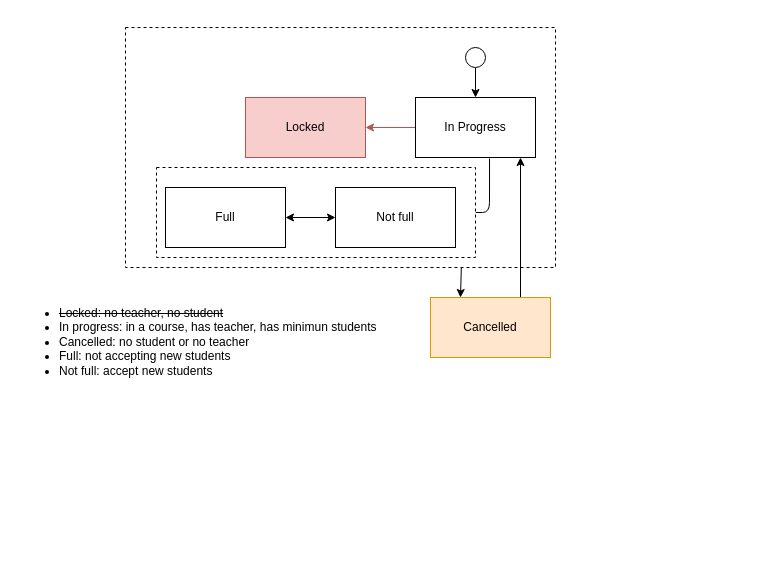
Before: page "SubjectState" (6 of 12) of architecture/code_analysis_v3/components-phase1.drawio in douglasdcm/tdd_detroid, a draw.io diagram. Source tidied: cells renumbered, new cells numbered last; positions are measured from the earlier drawing's top-left corner, leaving out a move shared by most shapes. Both pictures are drawn from the tidied source at 100%, with x=0, y=0 at pixel (17, 27).
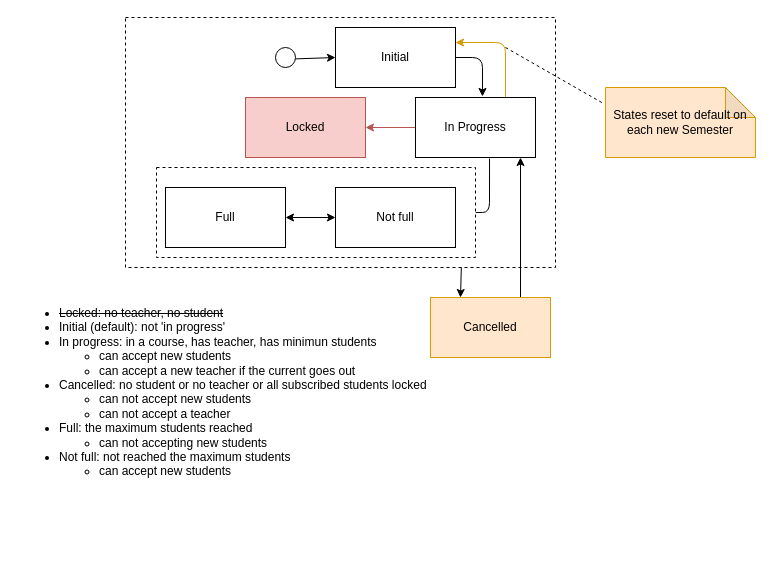
After the change.

Unchanged cells that the change refers to:
```xml
<mxCell id="10" value="In Progress" style="rounded=0;whiteSpace=wrap;html=1;" parent="1" vertex="1">
  <mxGeometry x="398" y="70" width="120" height="60" as="geometry" />
</mxCell>
```

Diff of the diagram source:
```diff
@@
+    <mxCell id="17" style="edgeStyle=orthogonalEdgeStyle;html=1;entryX=1;entryY=0.25;entryDx=0;entryDy=0;exitX=0.883;exitY=0.033;exitDx=0;exitDy=0;exitPerimeter=0;" parent="1" edge="1" source="10" target="21">
+      <mxGeometry relative="1" as="geometry" />
+    </mxCell>
+    <mxCell id="4" style="rounded=0;whiteSpace=wrap;html=1;dashed=1;" parent="1" vertex="1">
+      <mxGeometry x="108" y="-10" width="430" height="250" as="geometry" />
+    </mxCell>
-    <mxCell id="2" value="&lt;div&gt;&lt;ul&gt;&lt;li&gt;&lt;strike&gt;Locked: no teacher, no student&lt;/strike&gt;&lt;/li&gt;&lt;li&gt;In progress: in a course, has teacher, has minimun students&lt;/li&gt;&lt;li&gt;Cancelled: no student or no teacher&lt;/li&gt;&lt;li&gt;Full: not accepting new students&lt;/li&gt;&lt;li&gt;Not full: accept new students&lt;/li&gt;&lt;/ul&gt;&lt;/div&gt;" style="text;html=1;align=left;verticalAlign=top;whiteSpace=wrap;rounded=0;" parent="1" vertex="1">
+    <mxCell id="2" value="&lt;ul&gt;&lt;li&gt;&lt;strike&gt;Locked: no teacher, no student&lt;/strike&gt;&lt;/li&gt;&lt;li&gt;Initial (default): not 'in progress'&lt;/li&gt;&lt;li&gt;In progress: in a course, has teacher, has minimun students&lt;/li&gt;&lt;ul&gt;&lt;li&gt;can accept new students&lt;/li&gt;&lt;li&gt;can accept a new teacher if the current goes out&lt;/li&gt;&lt;/ul&gt;&lt;li&gt;Cancelled: no student or no teacher or all subscribed students locked&lt;/li&gt;&lt;ul&gt;&lt;li&gt;can not accept new students&lt;/li&gt;&lt;li&gt;can not accept a teacher&lt;/li&gt;&lt;/ul&gt;&lt;li&gt;Full: the maximum students reached&lt;/li&gt;&lt;ul&gt;&lt;li&gt;can not accepting new students&lt;/li&gt;&lt;/ul&gt;&lt;li&gt;Not full: not reached the maximum students&lt;/li&gt;&lt;ul&gt;&lt;li&gt;can accept new students&lt;/li&gt;&lt;/ul&gt;&lt;/ul&gt;" style="text;html=1;align=left;verticalAlign=top;whiteSpace=wrap;rounded=0;" parent="1" vertex="1">
       <mxGeometry y="260" width="700" height="260" as="geometry" />
     </mxCell>
@@
-    <mxCell id="4" style="rounded=0;whiteSpace=wrap;html=1;dashed=1;" parent="1" vertex="1">
-      <mxGeometry x="108" width="430" height="240" as="geometry" />
-    </mxCell>
@@
+    <mxCell id="18" style="edgeStyle=orthogonalEdgeStyle;html=1;entryX=1;entryY=0.25;entryDx=0;entryDy=0;exitX=0.75;exitY=0;exitDx=0;exitDy=0;fillColor=#ffe6cc;strokeColor=#d79b00;" parent="1" edge="1" source="10" target="21">
+      <mxGeometry relative="1" as="geometry" />
+    </mxCell>
@@
-    <mxCell id="11" style="edgeStyle=none;html=1;entryX=0.5;entryY=0;entryDx=0;entryDy=0;" parent="1" edge="1" source="12" target="10">
+    <mxCell id="11" style="edgeStyle=none;html=1;entryX=0;entryY=0.5;entryDx=0;entryDy=0;" parent="1" edge="1" source="12" target="21">
       <mxGeometry relative="1" as="geometry" />
     </mxCell>
     <mxCell id="12" style="ellipse;whiteSpace=wrap;html=1;" parent="1" vertex="1">
-      <mxGeometry x="448" y="20" width="20" height="20" as="geometry" />
+      <mxGeometry x="258" y="20" width="20" height="20" as="geometry" />
     </mxCell>
@@
+    <mxCell id="19" value="States reset to default on each new Semester" style="shape=note;whiteSpace=wrap;html=1;backgroundOutline=1;darkOpacity=0.05;fillColor=#ffe6cc;strokeColor=#d79b00;" parent="1" vertex="1">
+      <mxGeometry x="588" y="60" width="150" height="70" as="geometry" />
+    </mxCell>
+    <mxCell id="20" style="edgeStyle=orthogonalEdgeStyle;html=1;entryX=0.558;entryY=-0.017;entryDx=0;entryDy=0;entryPerimeter=0;exitX=1;exitY=0.5;exitDx=0;exitDy=0;" parent="1" edge="1" source="21" target="10">
+      <mxGeometry relative="1" as="geometry" />
+    </mxCell>
+    <mxCell id="21" value="Initial" style="rounded=0;whiteSpace=wrap;html=1;" parent="1" vertex="1">
+      <mxGeometry x="318" width="120" height="60" as="geometry" />
+    </mxCell>
+    <mxCell id="22" style="endArrow=none;dashed=1;html=1;entryX=-0.013;entryY=0.229;entryDx=0;entryDy=0;entryPerimeter=0;" parent="1" edge="1" target="19">
+      <mxGeometry relative="1" as="geometry">
+        <mxPoint x="488" y="20" as="sourcePoint" />
+      </mxGeometry>
+    </mxCell>
```
